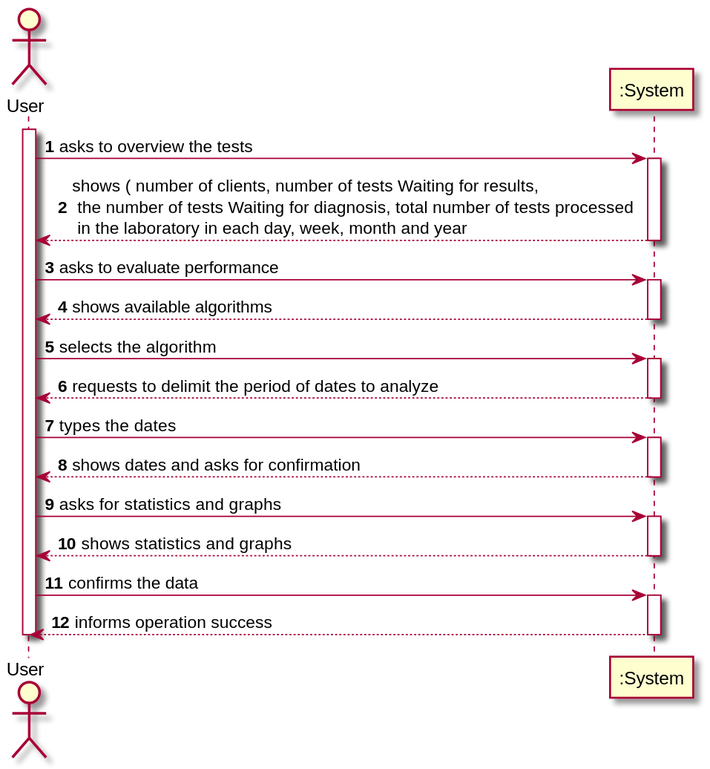
Before: docs/SprintD/US16/US16_SSD.svg, a diagram exported from PlantUML (manu-07-ela/LAPR2_ISEP). The source it was exported from:
```plantuml
@startuml
autonumber
actor "User" as User

activate User
User -> ":System" : asks to overview the tests
activate ":System"
":System" --> User : shows ( number of clients, number of tests Waiting for results,\n the number of tests Waiting for diagnosis, total number of tests processed \n in the laboratory in each day, week, month and year
deactivate ":System"

User -> ":System" : asks to evaluate performance
activate ":System"
":System" --> User : shows available algorithms
deactivate ":System"

User -> ":System" : selects the algorithm
activate ":System"
":System" --> User : requests to delimit the period of dates to analyze
deactivate ":System"

User -> ":System" : types the dates
activate ":System"
":System" --> User : shows dates and asks for confirmation
deactivate ":System"

User -> ":System" : asks for statistics and graphs
activate ":System"
":System" --> User : shows statistics and graphs
deactivate ":System"

User -> ":System" : confirms the data
activate ":System"
":System" --> User : informs operation success
deactivate ":System"

deactivate User

@enduml
```
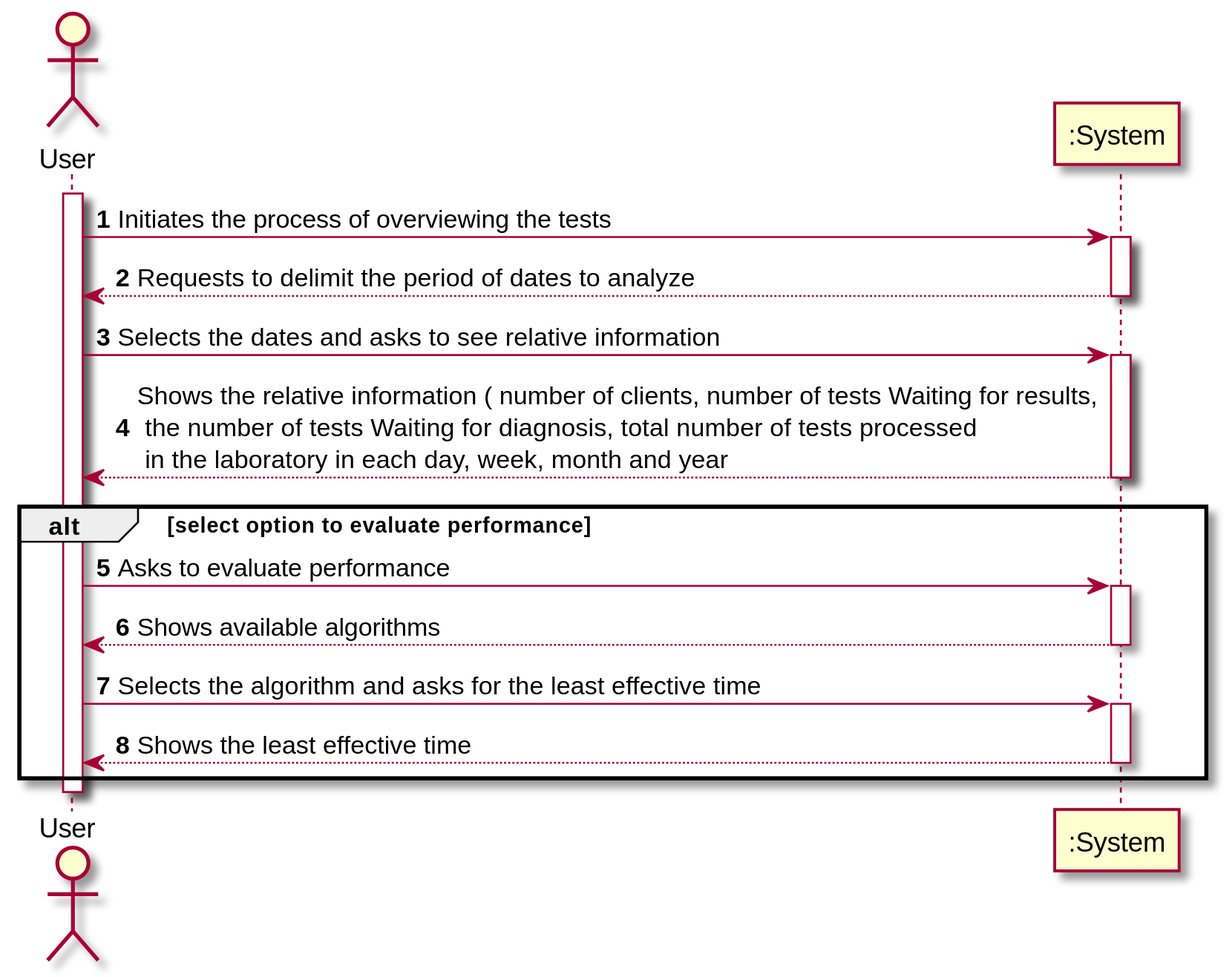
Later version of the same file.

Change to the diagram source:
```diff
@@ -3,36 +3,28 @@
 actor "User" as User
 
 activate User
-User -> ":System" : asks to overview the tests
+User -> ":System" : Initiates the process of overviewing the tests
 activate ":System"
-":System" --> User : shows ( number of clients, number of tests Waiting for results,\n the number of tests Waiting for diagnosis, total number of tests processed \n in the laboratory in each day, week, month and year
+
+":System" --> User : Requests to delimit the period of dates to analyze
 deactivate ":System"
 
-User -> ":System" : asks to evaluate performance
+User -> ":System" : Selects the dates and asks to see relative information
 activate ":System"
-":System" --> User : shows available algorithms
+
+":System" --> User : Shows the relative information ( number of clients, number of tests Waiting for results,\n the number of tests Waiting for diagnosis, total number of tests processed \n in the laboratory in each day, week, month and year
+deactivate ":System"
+alt select option to evaluate performance
+User -> ":System" : Asks to evaluate performance
+activate ":System"
+":System" --> User : Shows available algorithms
 deactivate ":System"
 
-User -> ":System" : selects the algorithm
+User -> ":System" : Selects the algorithm and asks for the least effective time
 activate ":System"
-":System" --> User : requests to delimit the period of dates to analyze
+":System" --> User : Shows the least effective time
 deactivate ":System"
-
-User -> ":System" : types the dates
-activate ":System"
-":System" --> User : shows dates and asks for confirmation
-deactivate ":System"
-
-User -> ":System" : asks for statistics and graphs
-activate ":System"
-":System" --> User : shows statistics and graphs
-deactivate ":System"
-
-User -> ":System" : confirms the data
-activate ":System"
-":System" --> User : informs operation success
-deactivate ":System"
-
+end
 deactivate User
 
 @enduml
```
